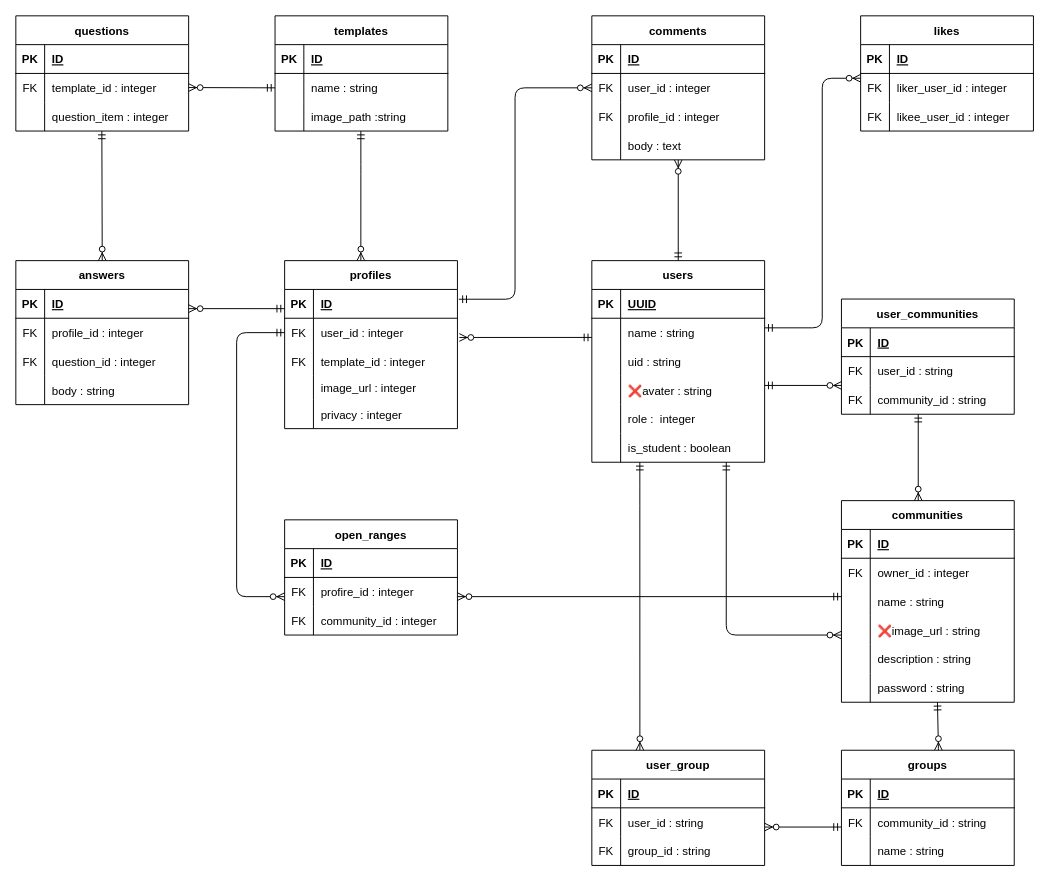
This is kadai/ER_ver2.drawio from mitsu30/Read_me_backend, a draw.io file, before an edit. Source tidied: cells renumbered, new cells numbered last; positions are measured from the earlier drawing's top-left corner, leaving out a move shared by most shapes. Both pictures are drawn from the tidied source at 96%, with x=0, y=0 at pixel (15, 15).
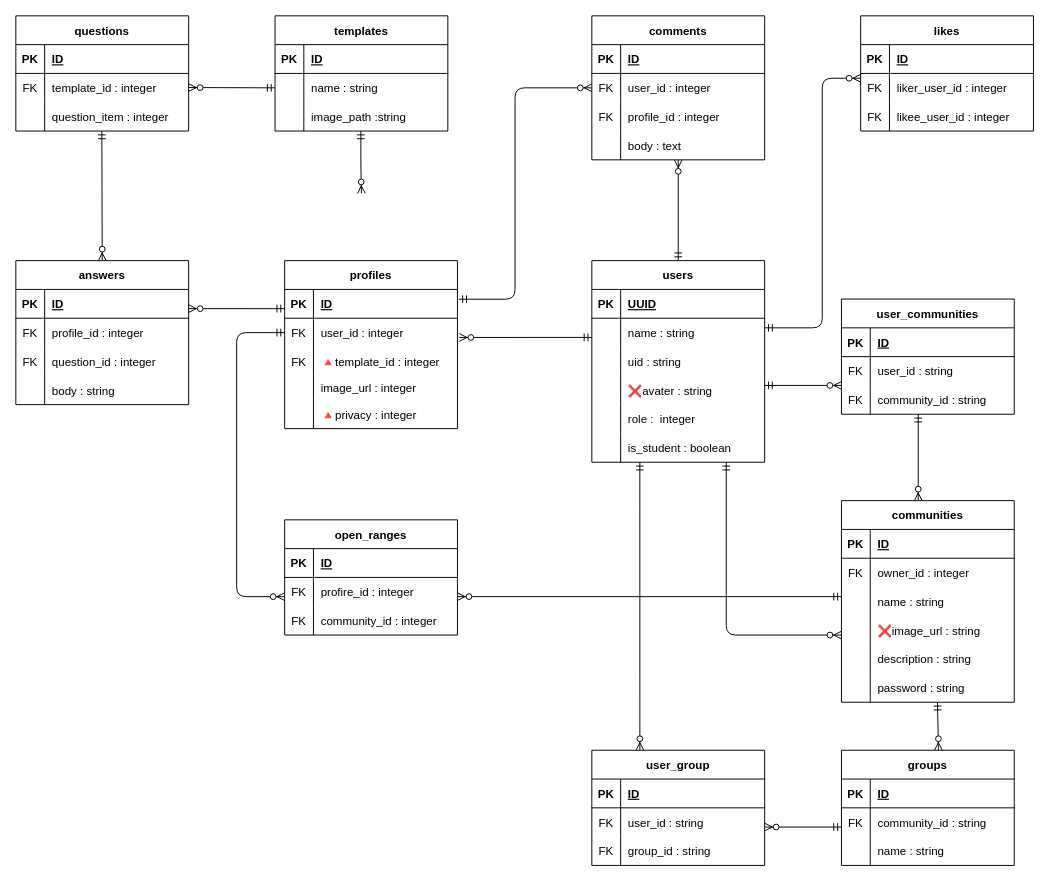
The same diagram, later.

Unchanged cells that the change refers to:
```xml
<mxCell id="21" value="profiles" style="shape=table;startSize=30;childLayout=tableLayout;rowLines=0;fontStyle=1;align=center;" parent="1" vertex="1">
  <mxGeometry x="280" y="255" width="180" height="175" as="geometry" />
</mxCell>
<mxCell id="28" style="shape=tableRow;horizontal=0;startSize=0;swimlaneHead=0;swimlaneBody=0;fillColor=none;top=0;left=0;right=0;bottom=0;" parent="21" vertex="1">
  <mxGeometry y="90" width="180" height="30" as="geometry" />
</mxCell>
<mxCell id="34" style="shape=tableRow;horizontal=0;startSize=0;swimlaneHead=0;swimlaneBody=0;fillColor=none;top=0;left=0;right=0;bottom=0;" parent="21" vertex="1">
  <mxGeometry y="145" width="180" height="30" as="geometry" />
</mxCell>
```

What changed in the source:
```diff
@@
-    <mxCell id="30" value="template_id : integer" style="shape=partialRectangle;fillColor=none;top=0;left=0;bottom=0;right=0;align=left;spacingLeft=6;overflow=hidden;" parent="28" vertex="1">
+    <mxCell id="30" value="🔺template_id : integer" style="shape=partialRectangle;fillColor=none;top=0;left=0;bottom=0;right=0;align=left;spacingLeft=6;overflow=hidden;" parent="28" vertex="1">
       <mxGeometry x="30" width="150" height="30" as="geometry" />
     </mxCell>
@@
-    <mxCell id="36" value="privacy : integer" style="shape=partialRectangle;fillColor=none;top=0;left=0;bottom=0;right=0;align=left;spacingLeft=6;overflow=hidden;" parent="34" vertex="1">
+    <mxCell id="36" value="🔺privacy : integer" style="shape=partialRectangle;fillColor=none;top=0;left=0;bottom=0;right=0;align=left;spacingLeft=6;overflow=hidden;" parent="34" vertex="1">
       <mxGeometry x="30" width="150" height="30" as="geometry" />
     </mxCell>
@@
-    <mxCell id="163" style="fontSize=12;html=1;endArrow=ERzeroToMany;startArrow=ERmandOne;exitX=0.5;exitY=0;exitDx=0;exitDy=0;entryX=0.441;entryY=0;entryDx=0;entryDy=0;entryPerimeter=0;" parent="1" edge="1" target="21">
+    <mxCell id="163" style="fontSize=12;html=1;endArrow=ERzeroToMany;startArrow=ERmandOne;exitX=0.5;exitY=0;exitDx=0;exitDy=0;" parent="1" edge="1">
       <mxGeometry relative="1" as="geometry">
         <mxPoint x="359.4" y="120" as="sourcePoint" />
+        <mxPoint x="360" y="185" as="targetPoint" />
         <Array as="points">
           <mxPoint x="359.4" y="155" />
         </Array>
       </mxGeometry>
     </mxCell>
```
